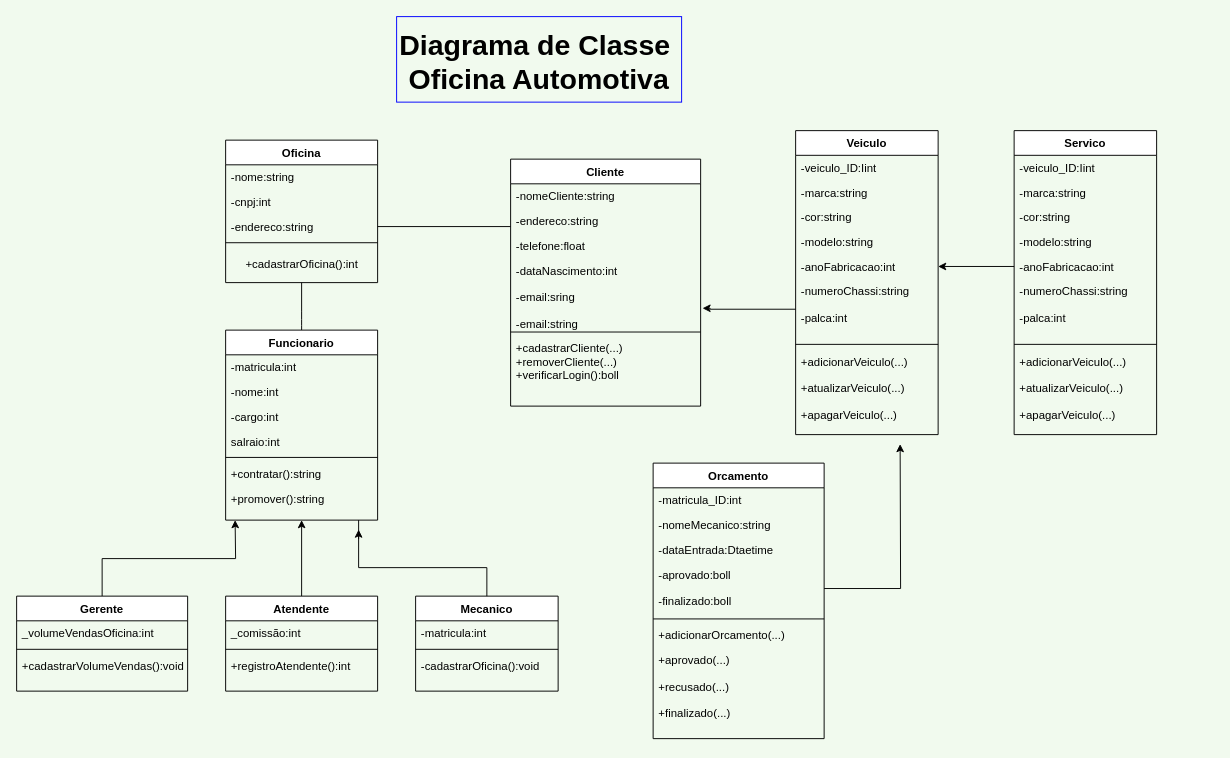
Earlier version of the draw.io diagram diagrama CRM Automotivo.drawio (Jcblustosa/crm-auto). Source tidied: cells renumbered, new cells numbered last; positions are measured from the earlier drawing's top-left corner, leaving out a move shared by most shapes. Both pictures are drawn from the tidied source at 95%, with x=0, y=0 at pixel (16, 16).
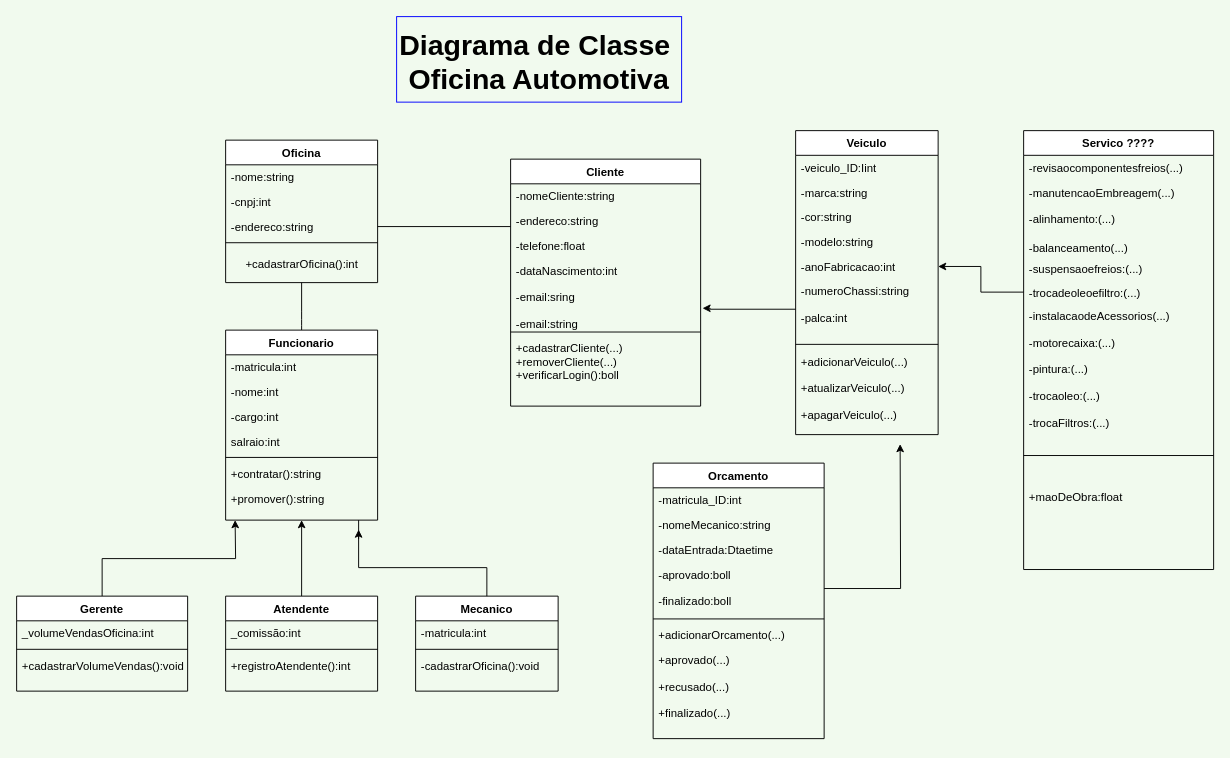
The same diagram, later.

Diff of the diagram source:
```diff
@@
-    <mxCell id="58" value="Servico" style="swimlane;fontStyle=1;align=center;verticalAlign=top;horizontal=1;startSize=26;rounded=0;shadow=0;strokeWidth=1;" parent="1" vertex="1">
-      <mxGeometry x="1050" y="120" width="150" height="320" as="geometry" />
+    <mxCell id="58" value="Servico ????" style="swimlane;fontStyle=1;align=center;verticalAlign=top;horizontal=1;startSize=26;rounded=0;shadow=0;strokeWidth=1;" parent="1" vertex="1">
+      <mxGeometry x="1060" y="120" width="200" height="462" as="geometry" />
     </mxCell>
-    <mxCell id="59" value="-veiculo_ID:Iint" style="text;align=left;verticalAlign=top;spacingLeft=4;spacingRight=4;overflow=hidden;" parent="58" vertex="1">
-      <mxGeometry y="26" width="150" height="26" as="geometry" />
+    <mxCell id="59" value="-revisaocomponentesfreios(...)" style="text;align=left;verticalAlign=top;spacingLeft=4;spacingRight=4;overflow=hidden;" parent="58" vertex="1">
+      <mxGeometry y="26" width="200" height="26" as="geometry" />
     </mxCell>
-    <mxCell id="60" value="-marca:string" style="text;align=left;verticalAlign=top;spacingLeft=4;spacingRight=4;overflow=hidden;rounded=0;shadow=0;html=0;" parent="58" vertex="1">
-      <mxGeometry y="52" width="150" height="26" as="geometry" />
+    <mxCell id="60" value="-manutencaoEmbreagem(...)&#10;&#10;-alinhamento:(...)" style="text;align=left;verticalAlign=top;spacingLeft=4;spacingRight=4;overflow=hidden;rounded=0;shadow=0;html=0;" parent="58" vertex="1">
+      <mxGeometry y="52" width="200" height="58" as="geometry" />
     </mxCell>
-    <mxCell id="61" value="-cor:string" style="text;align=left;verticalAlign=top;spacingLeft=4;spacingRight=4;overflow=hidden;rounded=0;shadow=0;html=0;" parent="58" vertex="1">
-      <mxGeometry y="78" width="150" height="26" as="geometry" />
+    <mxCell id="61" value="-balanceamento(...)" style="text;align=left;verticalAlign=top;spacingLeft=4;spacingRight=4;overflow=hidden;rounded=0;shadow=0;html=0;" parent="58" vertex="1">
+      <mxGeometry y="110" width="200" height="22" as="geometry" />
     </mxCell>
-    <mxCell id="62" value="-modelo:string" style="text;align=left;verticalAlign=top;spacingLeft=4;spacingRight=4;overflow=hidden;rounded=0;shadow=0;html=0;textDirection=ltr;" parent="58" vertex="1">
-      <mxGeometry y="104" width="150" height="26" as="geometry" />
+    <mxCell id="62" value="-suspensaoefreios:(...)" style="text;align=left;verticalAlign=top;spacingLeft=4;spacingRight=4;overflow=hidden;rounded=0;shadow=0;html=0;textDirection=ltr;" parent="58" vertex="1">
+      <mxGeometry y="132" width="200" height="26" as="geometry" />
     </mxCell>
-    <mxCell id="63" value="-anoFabricacao:int" style="text;align=left;verticalAlign=top;spacingLeft=4;spacingRight=4;overflow=hidden;points=[[0,0.5],[1,0.5]];portConstraint=eastwest;" parent="58" vertex="1">
-      <mxGeometry y="130" width="150" height="26" as="geometry" />
+    <mxCell id="63" value="-trocadeoleoefiltro:(...)" style="text;align=left;verticalAlign=top;spacingLeft=4;spacingRight=4;overflow=hidden;points=[[0,0.5],[1,0.5]];portConstraint=eastwest;" parent="58" vertex="1">
+      <mxGeometry y="158" width="200" height="24" as="geometry" />
     </mxCell>
-    <mxCell id="64" value="-numeroChassi:string&#10;&#10;-palca:int" style="text;align=left;verticalAlign=top;spacingLeft=4;spacingRight=4;overflow=hidden;" parent="58" vertex="1">
-      <mxGeometry y="156" width="150" height="64" as="geometry" />
+    <mxCell id="64" value="-instalacaodeAcessorios(...)&#10;&#10;-motorecaixa:(...)&#10;&#10;-pintura:(...)&#10;&#10;-trocaoleo:(...)&#10;&#10;-trocaFiltros:(...)" style="text;align=left;verticalAlign=top;spacingLeft=4;spacingRight=4;overflow=hidden;" parent="58" vertex="1">
+      <mxGeometry y="182" width="200" height="130" as="geometry" />
     </mxCell>
     <mxCell id="65" style="line;html=1;strokeWidth=1;align=left;verticalAlign=middle;spacingTop=-1;spacingLeft=3;spacingRight=3;labelPosition=right;" parent="58" vertex="1">
-      <mxGeometry y="220" width="150" height="10" as="geometry" />
+      <mxGeometry y="312" width="200" height="60" as="geometry" />
     </mxCell>
-    <mxCell id="66" value="+adicionarVeiculo(...)&#10;&#10;+atualizarVeiculo(...)&#10;&#10;+apagarVeiculo(...)" style="text;align=left;verticalAlign=top;spacingLeft=4;spacingRight=4;overflow=hidden;" parent="58" vertex="1">
-      <mxGeometry y="230" width="150" height="90" as="geometry" />
+    <mxCell id="66" value="+maoDeObra:float&#10;" style="text;align=left;verticalAlign=top;spacingLeft=4;spacingRight=4;overflow=hidden;" parent="58" vertex="1">
+      <mxGeometry y="372" width="200" height="80" as="geometry" />
     </mxCell>
```
